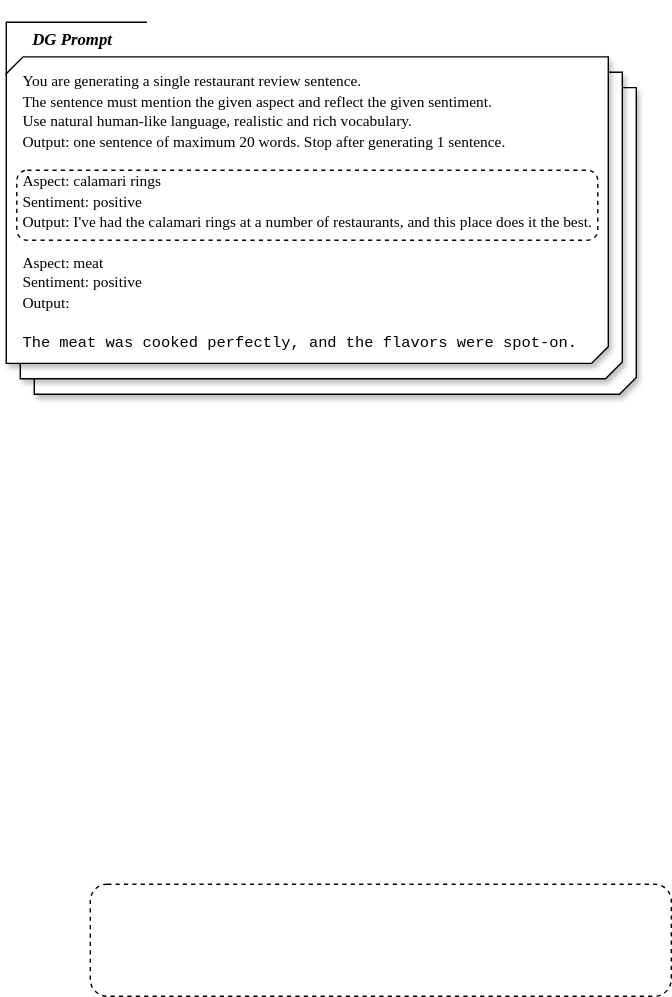
Earlier version of the draw.io export dg_prompt.drawio.svg (sara-kaczmarek/LLMB4ABSC). Source tidied: cells renumbered, new cells last; positions are measured from the earlier drawing's top-left corner, leaving out a move shared by most shapes.
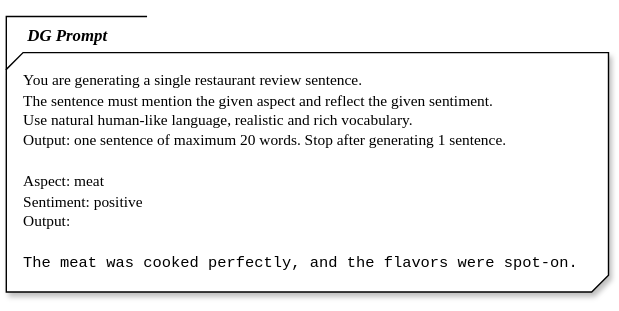
After the change.

What changed in the source:
```diff
@@ -2,29 +2,17 @@
   <root>
     <mxCell id="0" />
     <mxCell id="1" parent="0" />
-    <mxCell id="2" style="verticalLabelPosition=bottom;verticalAlign=top;html=1;shape=mxgraph.basic.diag_snip_rect;dx=6;whiteSpace=wrap;shadow=1;" parent="1" vertex="1">
-      <mxGeometry x="20" y="58" width="430" height="219" as="geometry" />
-    </mxCell>
-    <mxCell id="3" style="verticalLabelPosition=bottom;verticalAlign=top;html=1;shape=mxgraph.basic.diag_snip_rect;dx=6;whiteSpace=wrap;shadow=1;" parent="1" vertex="1">
-      <mxGeometry x="10" y="47" width="430" height="219" as="geometry" />
-    </mxCell>
     <mxCell id="4" style="verticalLabelPosition=bottom;verticalAlign=top;html=1;shape=mxgraph.basic.diag_snip_rect;dx=6;whiteSpace=wrap;shadow=1;" parent="1" vertex="1">
-      <mxGeometry y="36" width="430" height="219" as="geometry" />
+      <mxGeometry y="36" width="430" height="171" as="geometry" />
     </mxCell>
     <mxCell id="5" value="&lt;b&gt;&lt;i&gt;&lt;font face=&quot;Times New Roman&quot;&gt;DG Prompt&lt;/font&gt;&lt;/i&gt;&lt;/b&gt;" style="text;strokeColor=none;align=left;fillColor=none;html=1;verticalAlign=middle;whiteSpace=wrap;rounded=0;" parent="1" vertex="1">
-      <mxGeometry x="17" y="8" width="99" height="32" as="geometry" />
+      <mxGeometry x="13" y="8" width="99" height="32" as="geometry" />
     </mxCell>
     <mxCell id="6" style="shape=partialRectangle;whiteSpace=wrap;html=1;bottom=0;right=0;fillColor=none;" parent="1" vertex="1">
-      <mxGeometry y="11.3" width="100" height="37.8" as="geometry" />
+      <mxGeometry y="10.2" width="100" height="37.8" as="geometry" />
     </mxCell>
-    <mxCell id="7" value="&lt;p style=&quot;&quot;&gt;&lt;br&gt;&lt;/p&gt;&lt;div style=&quot;&quot;&gt;&lt;span style=&quot;background-color: transparent;&quot;&gt;&lt;font face=&quot;Times New Roman&quot; style=&quot;font-size: 11px; color: light-dark(rgb(0, 0, 0), rgb(255, 255, 255));&quot;&gt;You are generating a single restaurant review sentence.&lt;/font&gt;&lt;/span&gt;&lt;/div&gt;&lt;div style=&quot;&quot;&gt;&lt;span style=&quot;background-color: transparent;&quot;&gt;&lt;font face=&quot;Times New Roman&quot; style=&quot;font-size: 11px; color: light-dark(rgb(0, 0, 0), rgb(255, 255, 255));&quot;&gt;The sentence must mention the given aspect and reflect the given sentiment.&amp;nbsp;&lt;/font&gt;&lt;/span&gt;&lt;/div&gt;&lt;div style=&quot;&quot;&gt;&lt;font face=&quot;Times New Roman&quot;&gt;&lt;span style=&quot;font-size: 11px;&quot;&gt;Use natural human-like language, realistic and rich vocabulary.&lt;/span&gt;&lt;/font&gt;&lt;/div&gt;&lt;div style=&quot;&quot;&gt;&lt;font face=&quot;Times New Roman&quot;&gt;&lt;span style=&quot;font-size: 11px;&quot;&gt;Output: one sentence of maximum 20 words. Stop after generating 1 sentence.&amp;nbsp;&lt;/span&gt;&lt;/font&gt;&lt;/div&gt;&lt;div style=&quot;&quot;&gt;&lt;br&gt;&lt;/div&gt;&lt;div style=&quot;&quot;&gt;&lt;font face=&quot;Times New Roman&quot;&gt;&lt;span style=&quot;font-size: 11px;&quot;&gt;Aspect: calamari rings&lt;/span&gt;&lt;/font&gt;&lt;/div&gt;&lt;div style=&quot;&quot;&gt;&lt;font face=&quot;Times New Roman&quot;&gt;&lt;span style=&quot;font-size: 11px;&quot;&gt;Sentiment: positive&lt;/span&gt;&lt;/font&gt;&lt;/div&gt;&lt;div style=&quot;&quot;&gt;&lt;font face=&quot;Times New Roman&quot;&gt;&lt;span style=&quot;font-size: 11px;&quot;&gt;Output: &lt;/span&gt;&lt;font style=&quot;font-size: 11px;&quot;&gt;I've had the calamari rings at a number of restaurants, and this place does it the best.&lt;/font&gt;&lt;/font&gt;&lt;/div&gt;&lt;div style=&quot;&quot;&gt;&lt;span style=&quot;background-color: transparent;&quot;&gt;&lt;font face=&quot;Times New Roman&quot; style=&quot;font-size: 11px; color: light-dark(rgb(0, 0, 0), rgb(255, 255, 255));&quot;&gt;&lt;br&gt;&lt;/font&gt;&lt;/span&gt;&lt;/div&gt;&lt;div style=&quot;&quot;&gt;&lt;div&gt;&lt;font face=&quot;Times New Roman&quot;&gt;&lt;span style=&quot;font-size: 11px;&quot;&gt;Aspect: meat&lt;/span&gt;&lt;/font&gt;&lt;/div&gt;&lt;div&gt;&lt;font face=&quot;Times New Roman&quot;&gt;&lt;span style=&quot;font-size: 11px;&quot;&gt;Sentiment: positive&lt;/span&gt;&lt;/font&gt;&lt;/div&gt;&lt;div&gt;&lt;font face=&quot;Times New Roman&quot;&gt;&lt;span style=&quot;font-size: 11px;&quot;&gt;Output:&lt;/span&gt;&lt;/font&gt;&lt;/div&gt;&lt;/div&gt;&lt;div style=&quot;&quot;&gt;&lt;br&gt;&lt;/div&gt;&lt;div&gt;&lt;font style=&quot;color: light-dark(rgb(0, 0, 0), rgb(255, 255, 255)); font-size: 11px;&quot; face=&quot;Courier New&quot;&gt;The meat was cooked perfectly, and the flavors were&amp;nbsp;&lt;/font&gt;&lt;span style=&quot;color: light-dark(rgb(0, 0, 0), rgb(255, 255, 255)); font-size: 11px; font-family: &amp;quot;Courier New&amp;quot;; background-color: transparent;&quot;&gt;spot-on.&lt;/span&gt;&lt;/div&gt;&lt;div&gt;&lt;div&gt;&lt;br&gt;&lt;/div&gt;&lt;/div&gt;" style="text;html=1;align=left;verticalAlign=middle;strokeColor=none;fillColor=none;shadow=1;" parent="1" vertex="1">
-      <mxGeometry x="10" y="-0.2" width="430" height="270" as="geometry" />
+    <mxCell id="7" value="&lt;p style=&quot;&quot;&gt;&lt;br&gt;&lt;/p&gt;&lt;div style=&quot;&quot;&gt;&lt;span style=&quot;background-color: transparent;&quot;&gt;&lt;font face=&quot;Times New Roman&quot; style=&quot;font-size: 11px; color: light-dark(rgb(0, 0, 0), rgb(255, 255, 255));&quot;&gt;You are generating a single restaurant review sentence.&lt;/font&gt;&lt;/span&gt;&lt;/div&gt;&lt;div style=&quot;&quot;&gt;&lt;span style=&quot;background-color: transparent;&quot;&gt;&lt;font face=&quot;Times New Roman&quot; style=&quot;font-size: 11px; color: light-dark(rgb(0, 0, 0), rgb(255, 255, 255));&quot;&gt;The sentence must mention the given aspect and reflect the given sentiment.&amp;nbsp;&lt;/font&gt;&lt;/span&gt;&lt;/div&gt;&lt;div style=&quot;&quot;&gt;&lt;font face=&quot;Times New Roman&quot;&gt;&lt;span style=&quot;font-size: 11px;&quot;&gt;Use natural human-like language, realistic and rich vocabulary.&lt;/span&gt;&lt;/font&gt;&lt;/div&gt;&lt;div style=&quot;&quot;&gt;&lt;font face=&quot;Times New Roman&quot;&gt;&lt;span style=&quot;font-size: 11px;&quot;&gt;Output: one sentence of maximum 20 words. Stop after generating 1 sentence.&amp;nbsp;&lt;/span&gt;&lt;/font&gt;&lt;/div&gt;&lt;div style=&quot;&quot;&gt;&lt;br&gt;&lt;/div&gt;&lt;div style=&quot;&quot;&gt;&lt;div&gt;&lt;font face=&quot;Times New Roman&quot;&gt;&lt;span style=&quot;font-size: 11px;&quot;&gt;Aspect: meat&lt;/span&gt;&lt;/font&gt;&lt;/div&gt;&lt;div&gt;&lt;font face=&quot;Times New Roman&quot;&gt;&lt;span style=&quot;font-size: 11px;&quot;&gt;Sentiment: positive&lt;/span&gt;&lt;/font&gt;&lt;/div&gt;&lt;div&gt;&lt;font face=&quot;Times New Roman&quot;&gt;&lt;span style=&quot;font-size: 11px;&quot;&gt;Output:&lt;/span&gt;&lt;/font&gt;&lt;/div&gt;&lt;/div&gt;&lt;div style=&quot;&quot;&gt;&lt;br&gt;&lt;/div&gt;&lt;div&gt;&lt;font style=&quot;color: light-dark(rgb(0, 0, 0), rgb(255, 255, 255)); font-size: 11px;&quot; face=&quot;Courier New&quot;&gt;The meat was cooked perfectly, and the flavors were&amp;nbsp;&lt;/font&gt;&lt;span style=&quot;color: light-dark(rgb(0, 0, 0), rgb(255, 255, 255)); font-size: 11px; font-family: &amp;quot;Courier New&amp;quot;; background-color: transparent;&quot;&gt;spot-on.&lt;/span&gt;&lt;/div&gt;&lt;div&gt;&lt;div&gt;&lt;br&gt;&lt;/div&gt;&lt;/div&gt;" style="text;html=1;align=left;verticalAlign=middle;strokeColor=none;fillColor=none;shadow=1;" parent="1" vertex="1">
+      <mxGeometry x="10" y="3" width="420" height="210" as="geometry" />
     </mxCell>
-    <mxCell id="8" style="rounded=1;whiteSpace=wrap;html=1;dashed=1;fillColor=none;" parent="1" vertex="1">
-      <mxGeometry x="60" y="627" width="415" height="80" as="geometry" />
-    </mxCell>
-    <mxCell id="9" style="rounded=1;whiteSpace=wrap;html=1;dashed=1;fillColor=none;" parent="1" vertex="1">
-      <mxGeometry x="7.5" y="117" width="415" height="50" as="geometry" />
-    </mxCell>
   </root>
 </mxGraphModel>
```
